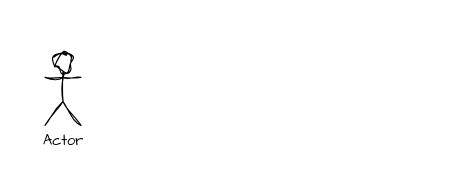
Earlier version of the draw.io diagram driagrama-macro.drawio (South-s-Eagles/Documentacao). Source tidied: cells renumbered, new cells numbered last; positions are measured from the earlier drawing's top-left corner, leaving out a move shared by most shapes. Both pictures are drawn from the tidied source at 120%, with x=0, y=0 at pixel (44, 53).
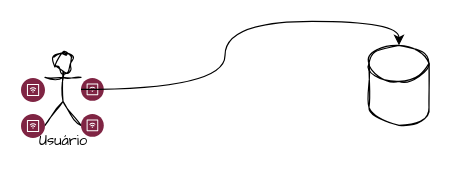
After the change.

What changed in the source:
```diff
@@
 <mxGraphModel>
   <root>
     <mxCell id="0" />
     <mxCell id="1" parent="0" />
-    <mxCell id="2" value="Actor" style="shape=umlActor;verticalLabelPosition=bottom;verticalAlign=top;html=1;outlineConnect=0;sketch=1;hachureGap=4;jiggle=2;curveFitting=1;fontFamily=Architects Daughter;" parent="1" vertex="1">
+    <mxCell id="2" value="Usuário" style="shape=umlActor;verticalLabelPosition=bottom;verticalAlign=top;html=1;outlineConnect=0;sketch=1;hachureGap=4;jiggle=2;curveFitting=1;fontFamily=Architects Daughter;" parent="1" vertex="1">
       <mxGeometry width="30" height="60" as="geometry" />
     </mxCell>
+    <mxCell id="3" style="verticalLabelPosition=bottom;html=1;shape=mxgraph.salesforce.iot2;hachureGap=4;fontFamily=Architects Daughter;" parent="1" vertex="1">
+      <mxGeometry x="-20" y="20.5" width="20" height="20" as="geometry" />
+    </mxCell>
+    <mxCell id="4" style="verticalLabelPosition=bottom;html=1;shape=mxgraph.salesforce.iot2;hachureGap=4;fontFamily=Architects Daughter;" parent="1" vertex="1">
+      <mxGeometry x="30" y="20.5" width="19" height="19" as="geometry" />
+    </mxCell>
+    <mxCell id="5" style="verticalLabelPosition=bottom;html=1;shape=mxgraph.salesforce.iot2;hachureGap=4;fontFamily=Architects Daughter;" parent="1" vertex="1">
+      <mxGeometry x="-20" y="50.5" width="20" height="20" as="geometry" />
+    </mxCell>
+    <mxCell id="6" style="verticalLabelPosition=bottom;html=1;shape=mxgraph.salesforce.iot2;hachureGap=4;fontFamily=Architects Daughter;" parent="1" vertex="1">
+      <mxGeometry x="30" y="50.5" width="19" height="19" as="geometry" />
+    </mxCell>
+    <mxCell id="7" style="shape=cylinder3;whiteSpace=wrap;html=1;boundedLbl=1;backgroundOutline=1;size=15;sketch=1;hachureGap=4;jiggle=2;curveFitting=1;fontFamily=Architects Daughter;" parent="1" vertex="1">
+      <mxGeometry x="270" y="-6.7" width="50" height="66.7" as="geometry" />
+    </mxCell>
+    <mxCell id="8" style="edgeStyle=orthogonalEdgeStyle;rounded=0;hachureGap=4;jettySize=auto;html=1;entryX=0.5;entryY=0;entryDx=0;entryDy=0;entryPerimeter=0;fontFamily=Architects Daughter;curved=1;" parent="1" edge="1" source="2" target="7">
+      <mxGeometry relative="1" as="geometry" />
+    </mxCell>
   </root>
 </mxGraphModel>
```
